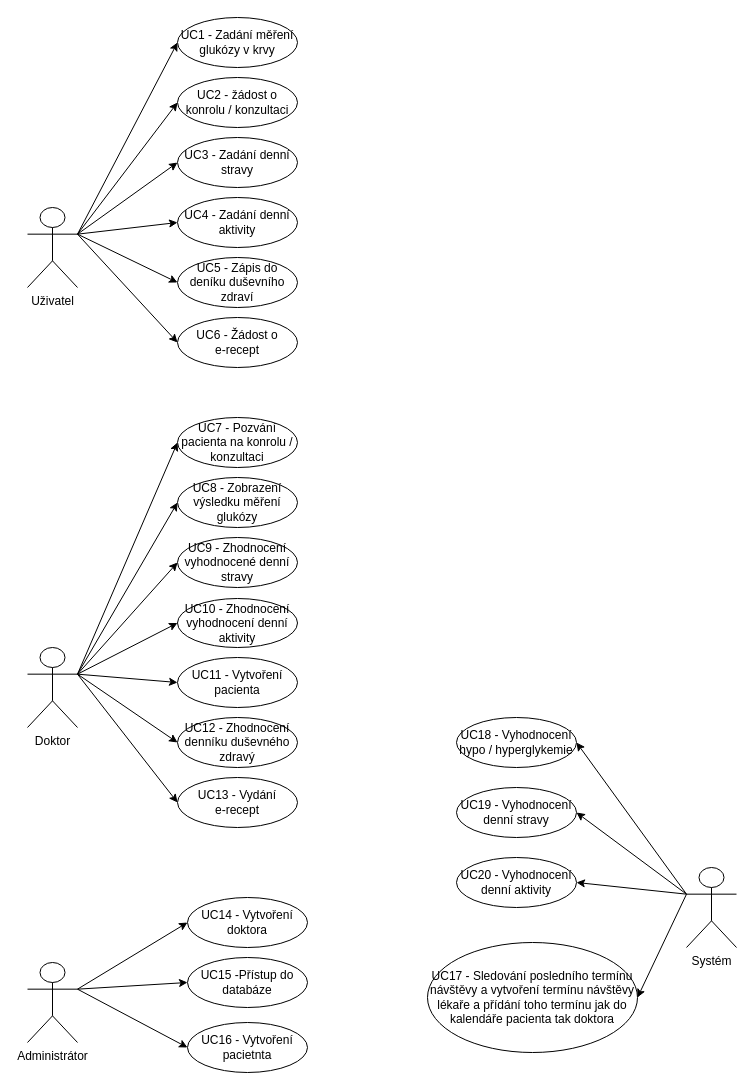
The draw.io diagram Use_case_diagram/diabetes_app.drawio in IronKnee22/software_inz, before the edit. Source tidied: cells renumbered, new cells numbered last; positions are measured from the earlier drawing's top-left corner, leaving out a move shared by most shapes. Both pictures are drawn from the tidied source at 100%, with x=0, y=0 at pixel (27, 17).
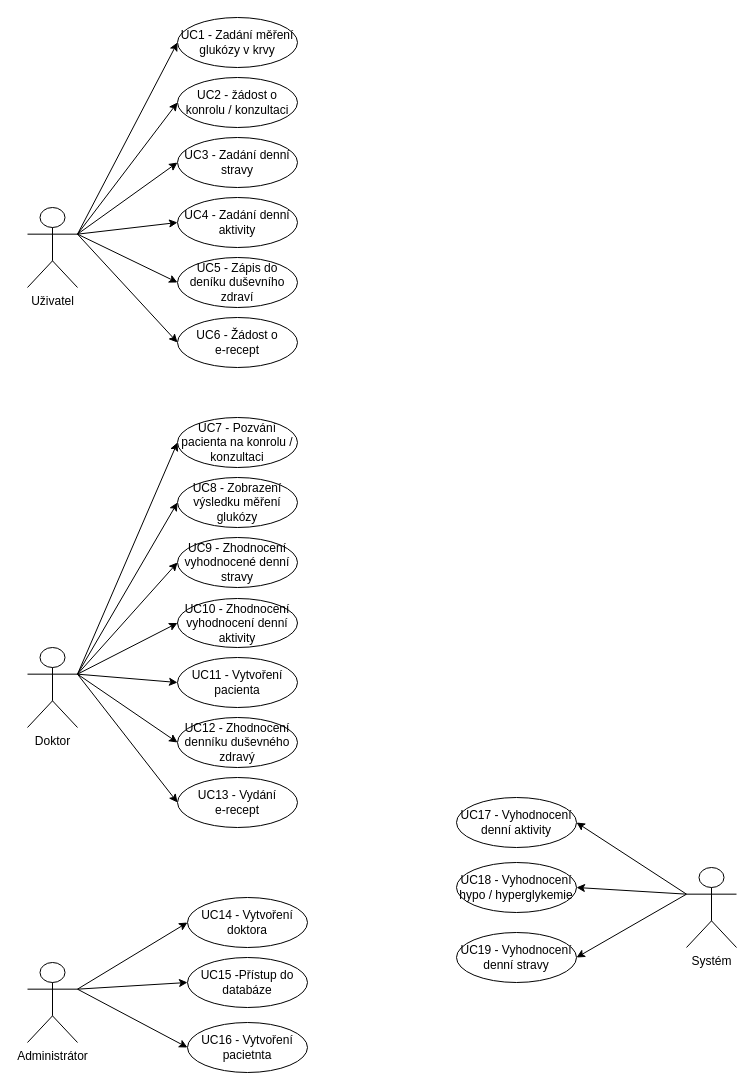
After the change.

Unchanged cells that the change refers to:
```xml
<mxCell id="38" value="Systém" style="shape=umlActor;verticalLabelPosition=bottom;verticalAlign=top;html=1;outlineConnect=0;strokeColor=#000000;" parent="1" vertex="1">
  <mxGeometry x="659" y="850" width="50" height="80" as="geometry" />
</mxCell>
```

Diff of the diagram source:
```diff
@@
     <mxCell id="39" value="UC19 - Vyhodnocení denní stravy" style="ellipse;whiteSpace=wrap;html=1;strokeColor=#000000;" parent="1" vertex="1">
-      <mxGeometry x="429" y="770" width="120" height="50" as="geometry" />
+      <mxGeometry x="429" y="915" width="120" height="50" as="geometry" />
     </mxCell>
-    <mxCell id="40" value="UC20 - Vyhodnocení denní aktivity" style="ellipse;whiteSpace=wrap;html=1;strokeColor=#000000;" parent="1" vertex="1">
-      <mxGeometry x="429" y="840" width="120" height="50" as="geometry" />
+    <mxCell id="40" value="UC17 - Vyhodnocení denní aktivity" style="ellipse;whiteSpace=wrap;html=1;strokeColor=#000000;" parent="1" vertex="1">
+      <mxGeometry x="429" y="780" width="120" height="50" as="geometry" />
     </mxCell>
-    <mxCell id="41" value="UC17 - Sledování posledního termínu návštěvy a vytvoření termínu návštěvy lékaře a přídání toho termínu jak do kalendáře pacienta tak doktora" style="ellipse;whiteSpace=wrap;html=1;strokeColor=#000000;" parent="1" vertex="1">
-      <mxGeometry x="400" y="925" width="210" height="110" as="geometry" />
-    </mxCell>
@@
-    <mxCell id="43" style="edgeStyle=none;html=1;exitX=0;exitY=0.3333333333333333;exitDx=0;exitDy=0;exitPerimeter=0;entryX=1;entryY=0.5;entryDx=0;entryDy=0;strokeColor=#000000;" parent="1" edge="1" source="38" target="41">
-      <mxGeometry relative="1" as="geometry" />
-    </mxCell>
     <mxCell id="44" value="UC18 - Vyhodnocení hypo / hyperglykemie" style="ellipse;whiteSpace=wrap;html=1;strokeColor=#000000;" parent="1" vertex="1">
-      <mxGeometry x="429" y="700" width="120" height="50" as="geometry" />
+      <mxGeometry x="429" y="845" width="120" height="50" as="geometry" />
     </mxCell>
```
